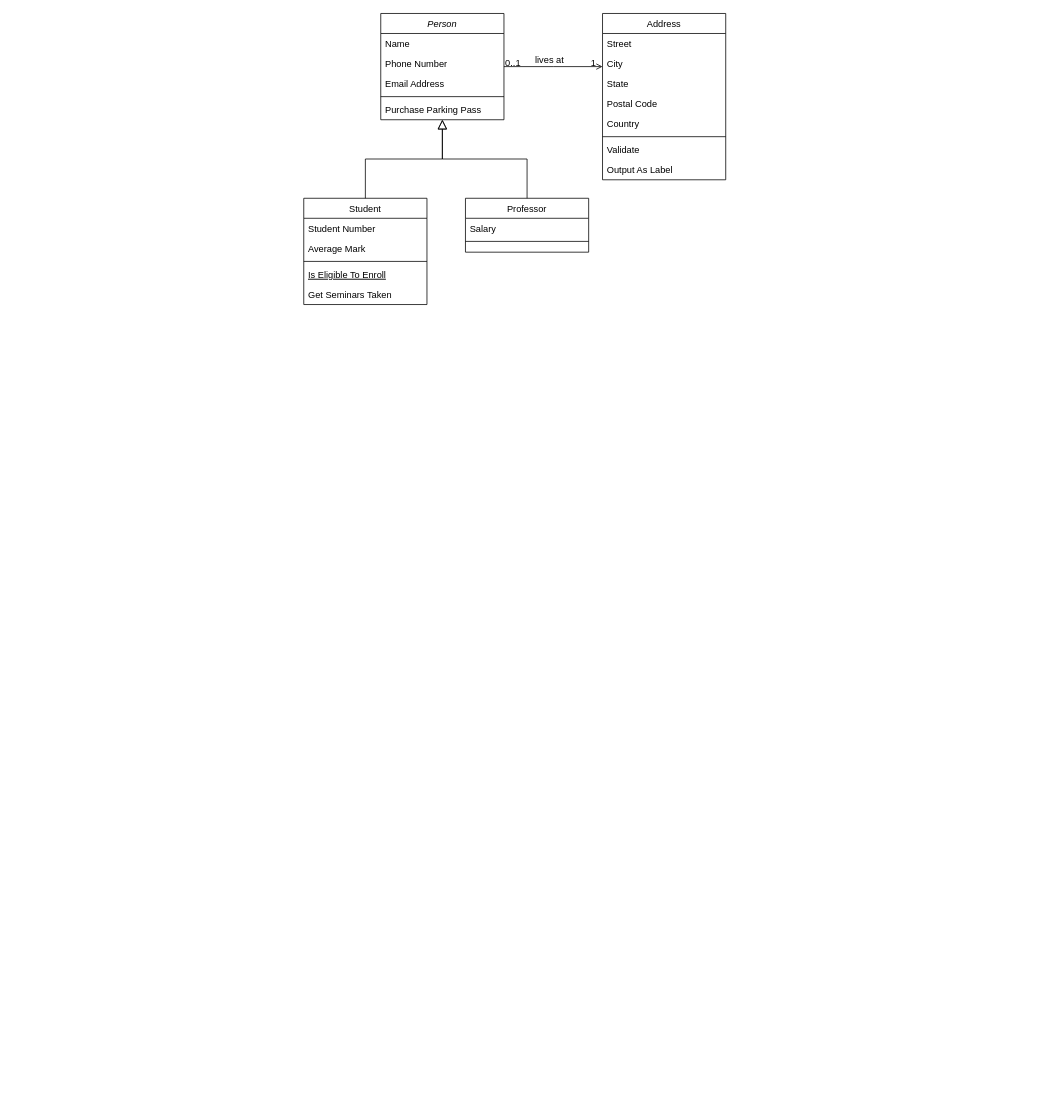
This is Untitled Diagram.drawio from DMohanty99/LLD, a draw.io file, before an edit. Source tidied: cells renumbered, new cells numbered last; positions are measured from the earlier drawing's top-left corner, leaving out a move shared by most shapes. Both pictures are drawn from the tidied source at 77%, with x=0, y=0 at pixel (303, 13).
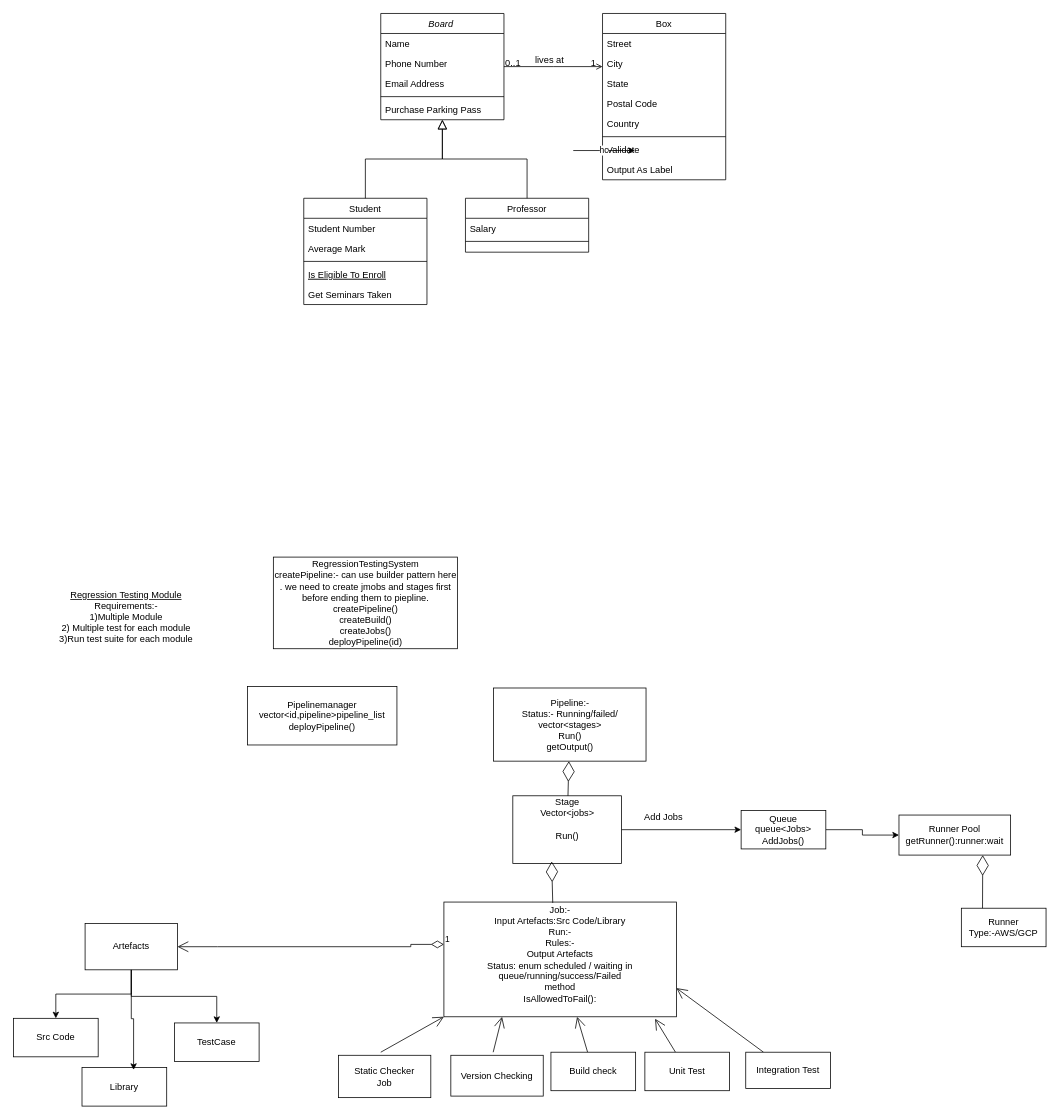
After the change.

What changed in the source:
```diff
@@
-    <mxCell id="2" value="Person" style="swimlane;fontStyle=2;align=center;verticalAlign=top;horizontal=1;startSize=26;rounded=0;shadow=0;strokeWidth=1;" parent="1" vertex="1">
+    <mxCell id="2" value="Board " style="swimlane;fontStyle=2;align=center;verticalAlign=top;horizontal=1;startSize=26;rounded=0;shadow=0;strokeWidth=1;" parent="1" vertex="1">
       <mxGeometry x="100" width="160" height="138" as="geometry" />
     </mxCell>
@@
-    <mxCell id="19" value="Address" style="swimlane;fontStyle=0;align=center;verticalAlign=top;horizontal=1;startSize=26;rounded=0;shadow=0;strokeWidth=1;" parent="1" vertex="1">
+    <mxCell id="19" value="Box" style="swimlane;fontStyle=0;align=center;verticalAlign=top;horizontal=1;startSize=26;rounded=0;shadow=0;strokeWidth=1;" parent="1" vertex="1">
       <mxGeometry x="388" width="160" height="216" as="geometry" />
     </mxCell>
@@
+    <mxCell id="32" value="hc" style="edgeStyle=none;orthogonalLoop=1;jettySize=auto;html=1;rounded=0;" parent="1" edge="1">
+      <mxGeometry relative="1" as="geometry">
+        <mxPoint x="350" y="178" as="sourcePoint" />
+        <mxPoint x="430" y="178" as="targetPoint" />
+      </mxGeometry>
+    </mxCell>
+    <mxCell id="33" value="&lt;div&gt;&lt;u&gt;Regression Testing Module&lt;/u&gt;&lt;/div&gt;Requirements:-&lt;div&gt;1)Multiple Module&lt;/div&gt;&lt;div&gt;2) Multiple test for each module&lt;/div&gt;&lt;div&gt;3)Run test suite for each module&lt;/div&gt;" style="text;html=1;align=center;verticalAlign=middle;whiteSpace=wrap;rounded=0;" parent="1" vertex="1">
+      <mxGeometry x="-355" y="680" width="249" height="207" as="geometry" />
+    </mxCell>
+    <mxCell id="34" value="Job:-&lt;div&gt;Input Artefacts:Src Code/Library&lt;/div&gt;&lt;div&gt;Run:-&lt;/div&gt;&lt;div&gt;Rules:-&lt;/div&gt;&lt;div&gt;Output Artefacts&lt;/div&gt;&lt;div&gt;Status: enum scheduled / waiting in queue/running/success/Failed&lt;/div&gt;&lt;div&gt;method&lt;/div&gt;&lt;div&gt;IsAllowedToFail():&lt;br&gt;&lt;br&gt;&lt;/div&gt;" style="rounded=0;whiteSpace=wrap;html=1;" parent="1" vertex="1">
+      <mxGeometry x="182" y="1154" width="302" height="149" as="geometry" />
+    </mxCell>
+    <mxCell id="35" style="edgeStyle=orthogonalEdgeStyle;rounded=0;jettySize=auto;html=1;" parent="1" edge="1" source="37" target="57">
+      <mxGeometry relative="1" as="geometry" />
+    </mxCell>
+    <mxCell id="36" style="edgeStyle=orthogonalEdgeStyle;rounded=0;jettySize=auto;html=1;" parent="1" edge="1" source="37" target="60">
+      <mxGeometry relative="1" as="geometry" />
+    </mxCell>
+    <mxCell id="37" value="Artefacts" style="rounded=0;whiteSpace=wrap;html=1;" parent="1" vertex="1">
+      <mxGeometry x="-284" y="1182" width="120" height="60" as="geometry" />
+    </mxCell>
+    <mxCell id="38" style="edgeStyle=orthogonalEdgeStyle;rounded=0;jettySize=auto;html=1;entryX=0;entryY=0.5;entryDx=0;entryDy=0;" parent="1" edge="1" source="39" target="53">
+      <mxGeometry relative="1" as="geometry" />
+    </mxCell>
+    <mxCell id="39" value="Stage&lt;div&gt;Vector&amp;lt;jobs&amp;gt;&lt;/div&gt;&lt;div&gt;&lt;br&gt;&lt;div&gt;Run()&lt;/div&gt;&lt;div&gt;&lt;br&gt;&lt;/div&gt;&lt;div&gt;&lt;br&gt;&lt;/div&gt;&lt;/div&gt;" style="rounded=0;whiteSpace=wrap;html=1;" parent="1" vertex="1">
+      <mxGeometry x="271.5" y="1016" width="141" height="88" as="geometry" />
+    </mxCell>
+    <mxCell id="40" value="Static Checker&lt;div&gt;Job&lt;/div&gt;" style="rounded=0;whiteSpace=wrap;html=1;" parent="1" vertex="1">
+      <mxGeometry x="45" y="1353" width="120" height="55" as="geometry" />
+    </mxCell>
+    <mxCell id="41" value="Version Checking" style="rounded=0;whiteSpace=wrap;html=1;" parent="1" vertex="1">
+      <mxGeometry x="191" y="1353" width="120" height="53" as="geometry" />
+    </mxCell>
+    <mxCell id="42" style="endArrow=open;endFill=1;endSize=12;html=1;rounded=0;exitX=0.5;exitY=0;exitDx=0;exitDy=0;entryX=0;entryY=1;entryDx=0;entryDy=0;" parent="1" edge="1" target="34">
+      <mxGeometry relative="1" as="geometry">
+        <mxPoint x="100" y="1349" as="sourcePoint" />
+      </mxGeometry>
+    </mxCell>
+    <mxCell id="43" style="endArrow=open;endFill=1;endSize=12;html=1;rounded=0;exitX=0.5;exitY=0;exitDx=0;exitDy=0;entryX=0.25;entryY=1;entryDx=0;entryDy=0;" parent="1" edge="1" target="34">
+      <mxGeometry relative="1" as="geometry">
+        <mxPoint x="246" y="1349" as="sourcePoint" />
+      </mxGeometry>
+    </mxCell>
+    <mxCell id="44" style="endArrow=open;endFill=1;endSize=12;html=1;rounded=0;" parent="1" edge="1" source="47" target="34">
+      <mxGeometry relative="1" as="geometry" />
+    </mxCell>
+    <mxCell id="45" style="endArrow=open;endFill=1;endSize=12;html=1;rounded=0;entryX=0.908;entryY=1.017;entryDx=0;entryDy=0;entryPerimeter=0;" parent="1" edge="1" source="48" target="34">
+      <mxGeometry relative="1" as="geometry" />
+    </mxCell>
+    <mxCell id="46" style="endArrow=open;endFill=1;endSize=12;html=1;rounded=0;entryX=1;entryY=0.75;entryDx=0;entryDy=0;" parent="1" edge="1" source="49" target="34">
+      <mxGeometry relative="1" as="geometry" />
+    </mxCell>
+    <mxCell id="47" value="Build check" style="html=1;whiteSpace=wrap;" parent="1" vertex="1">
+      <mxGeometry x="321" y="1349" width="110" height="50" as="geometry" />
+    </mxCell>
+    <mxCell id="48" value="Unit Test" style="html=1;whiteSpace=wrap;" parent="1" vertex="1">
+      <mxGeometry x="443" y="1349" width="110" height="50" as="geometry" />
+    </mxCell>
+    <mxCell id="49" value="Integration Test" style="html=1;whiteSpace=wrap;" parent="1" vertex="1">
+      <mxGeometry x="574" y="1349" width="110" height="47" as="geometry" />
+    </mxCell>
+    <mxCell id="50" value="Pipeline:-&lt;div&gt;Status:- Running/failed/&lt;br&gt;&lt;div&gt;vector&amp;lt;stages&amp;gt;&lt;/div&gt;&lt;div&gt;Run()&lt;/div&gt;&lt;div&gt;getOutput()&lt;/div&gt;&lt;/div&gt;" style="html=1;whiteSpace=wrap;" parent="1" vertex="1">
+      <mxGeometry x="246.5" y="876" width="198" height="95" as="geometry" />
+    </mxCell>
+    <mxCell id="51" value="Runner&lt;br&gt;Type:-AWS/GCP" style="html=1;whiteSpace=wrap;" parent="1" vertex="1">
+      <mxGeometry x="854" y="1162" width="110" height="50" as="geometry" />
+    </mxCell>
+    <mxCell id="52" style="edgeStyle=orthogonalEdgeStyle;rounded=0;jettySize=auto;html=1;" parent="1" edge="1" source="53" target="55">
+      <mxGeometry relative="1" as="geometry" />
+    </mxCell>
+    <mxCell id="53" value="Queue&lt;div&gt;queue&amp;lt;Jobs&amp;gt;&lt;/div&gt;&lt;div&gt;AddJobs()&lt;/div&gt;" style="html=1;whiteSpace=wrap;" parent="1" vertex="1">
+      <mxGeometry x="568" y="1035" width="110" height="50" as="geometry" />
+    </mxCell>
+    <mxCell id="54" value="Add Jobs" style="text;html=1;align=center;verticalAlign=middle;strokeColor=none;fillColor=none;" parent="1" vertex="1">
+      <mxGeometry x="433" y="1031" width="68" height="26" as="geometry" />
+    </mxCell>
+    <mxCell id="55" value="Runner Pool&lt;div&gt;getRunner():runner:wait&lt;/div&gt;" style="html=1;whiteSpace=wrap;" parent="1" vertex="1">
+      <mxGeometry x="773" y="1041" width="145" height="52" as="geometry" />
+    </mxCell>
+    <mxCell id="56" style="endArrow=diamondThin;endFill=0;endSize=24;html=1;rounded=0;entryX=0.75;entryY=1;entryDx=0;entryDy=0;exitX=0.25;exitY=0;exitDx=0;exitDy=0;" parent="1" edge="1" source="51" target="55">
+      <mxGeometry relative="1" as="geometry" />
+    </mxCell>
+    <mxCell id="57" value="Src Code" style="html=1;whiteSpace=wrap;" parent="1" vertex="1">
+      <mxGeometry x="-377" y="1305" width="110" height="50" as="geometry" />
+    </mxCell>
+    <mxCell id="58" value="Library" style="html=1;whiteSpace=wrap;" parent="1" vertex="1">
+      <mxGeometry x="-288" y="1369" width="110" height="50" as="geometry" />
+    </mxCell>
+    <mxCell id="59" style="edgeStyle=orthogonalEdgeStyle;rounded=0;jettySize=auto;html=1;exitX=0.5;exitY=1;exitDx=0;exitDy=0;entryX=0.609;entryY=0.06;entryDx=0;entryDy=0;entryPerimeter=0;" parent="1" edge="1" source="37" target="58">
+      <mxGeometry relative="1" as="geometry" />
+    </mxCell>
+    <mxCell id="60" value="TestCase" style="html=1;whiteSpace=wrap;" parent="1" vertex="1">
+      <mxGeometry x="-168" y="1311" width="110" height="50" as="geometry" />
+    </mxCell>
+    <mxCell id="61" value="1" style="endArrow=open;html=1;endSize=12;startArrow=diamondThin;startSize=14;startFill=0;edgeStyle=orthogonalEdgeStyle;align=left;verticalAlign=bottom;rounded=0;entryX=1;entryY=0.5;entryDx=0;entryDy=0;" parent="1" edge="1" source="34" target="37">
+      <mxGeometry x="-1" y="3" relative="1" as="geometry">
+        <Array as="points">
+          <mxPoint x="139" y="1209" />
+          <mxPoint x="139" y="1212" />
+          <mxPoint x="-112" y="1212" />
+        </Array>
+      </mxGeometry>
+    </mxCell>
+    <mxCell id="62" value="&lt;div&gt;Pipelinemanager&lt;/div&gt;&lt;div&gt;vector&amp;lt;id,pipeline&amp;gt;pipeline_list&lt;/div&gt;deployPipeline()" style="html=1;whiteSpace=wrap;" parent="1" vertex="1">
+      <mxGeometry x="-73" y="874" width="194" height="76" as="geometry" />
+    </mxCell>
+    <mxCell id="63" value="RegressionTestingSystem&lt;div&gt;createPipeline:- can use builder pattern here . we need to create jmobs and stages first before ending them to piepline.&lt;/div&gt;&lt;div&gt;createPipeline()&lt;/div&gt;&lt;div&gt;createBuild()&lt;/div&gt;&lt;div&gt;createJobs()&lt;/div&gt;&lt;div&gt;deployPipeline(id)&lt;/div&gt;" style="html=1;whiteSpace=wrap;" parent="1" vertex="1">
+      <mxGeometry x="-39.5" y="706" width="239" height="119" as="geometry" />
+    </mxCell>
+    <mxCell id="64" style="endArrow=diamondThin;endFill=0;endSize=24;html=1;rounded=0;" parent="1" edge="1" source="39" target="50">
+      <mxGeometry relative="1" as="geometry" />
+    </mxCell>
+    <mxCell id="65" style="endArrow=diamondThin;endFill=0;endSize=24;html=1;rounded=0;entryX=0.358;entryY=0.969;entryDx=0;entryDy=0;entryPerimeter=0;exitX=0.468;exitY=0.007;exitDx=0;exitDy=0;exitPerimeter=0;" parent="1" edge="1" source="34" target="39">
+      <mxGeometry relative="1" as="geometry" />
+    </mxCell>
```
